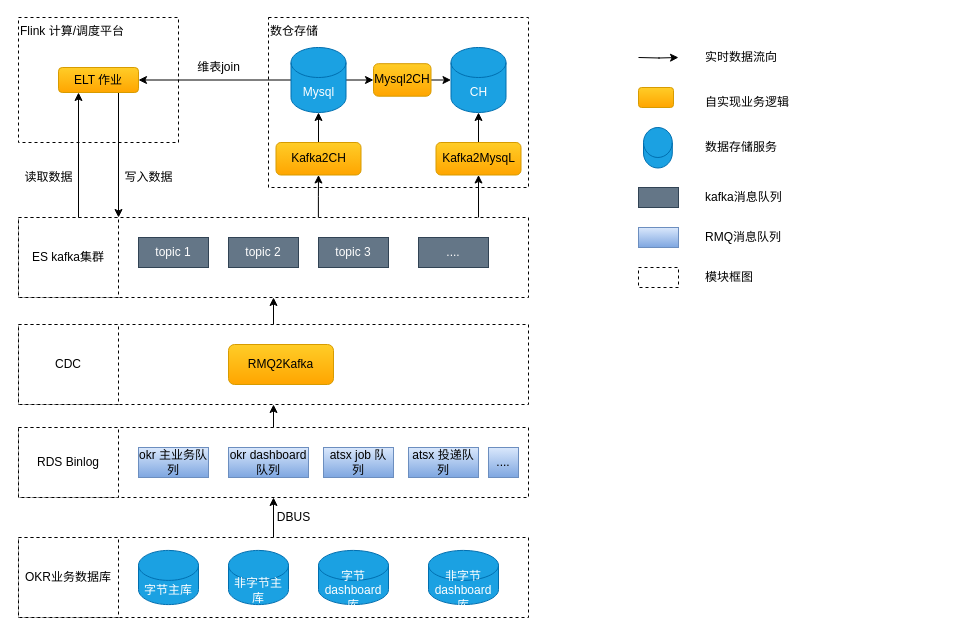
Before: okrx/okrx 数据流.drawio in cicelprg/drawio, a draw.io diagram. Source tidied: cells renumbered, new cells numbered last; positions are measured from the earlier drawing's top-left corner, leaving out a move shared by most shapes. Both pictures are drawn from the tidied source at 100%, with x=0, y=0 at pixel (18, 17).
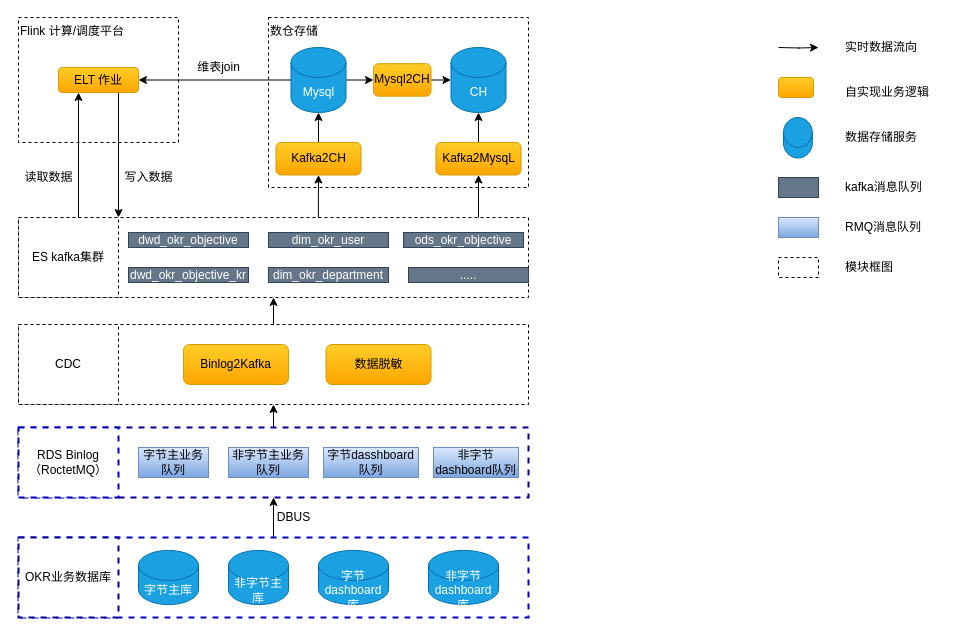
Above is the later version.

What changed in the source:
```diff
@@
-    <mxCell id="3" style="rounded=0;whiteSpace=wrap;html=1;strokeWidth=1;fillColor=none;align=left;dashed=1;" parent="1" vertex="1">
+    <mxCell id="3" style="rounded=0;whiteSpace=wrap;html=1;strokeWidth=2;fillColor=none;align=left;dashed=1;strokeColor=#0000CC;" parent="1" vertex="1">
       <mxGeometry y="520" width="510" height="80" as="geometry" />
     </mxCell>
-    <mxCell id="4" value="OKR业务数据库" style="whiteSpace=wrap;html=1;strokeWidth=1;align=center;dashed=1;" parent="1" vertex="1">
+    <mxCell id="4" value="OKR业务数据库" style="whiteSpace=wrap;html=1;strokeWidth=2;align=center;dashed=1;strokeColor=#000099;" parent="1" vertex="1">
       <mxGeometry y="520" width="100" height="80" as="geometry" />
     </mxCell>
@@
-    <mxCell id="6" style="rounded=0;whiteSpace=wrap;html=1;strokeWidth=1;fillColor=none;align=left;dashed=1;" parent="1" vertex="1">
+    <mxCell id="6" style="rounded=0;whiteSpace=wrap;html=1;strokeWidth=2;fillColor=none;align=left;dashed=1;strokeColor=#000099;" parent="1" vertex="1">
       <mxGeometry y="410" width="510" height="70" as="geometry" />
     </mxCell>
-    <mxCell id="7" value="RDS Binlog" style="whiteSpace=wrap;html=1;strokeWidth=1;align=center;dashed=1;" parent="1" vertex="1">
+    <mxCell id="7" value="RDS Binlog&lt;br&gt;（RoctetMQ）" style="whiteSpace=wrap;html=1;strokeWidth=2;align=center;dashed=1;strokeColor=#0000CC;" parent="1" vertex="1">
       <mxGeometry y="410" width="100" height="70" as="geometry" />
     </mxCell>
@@
-    <mxCell id="9" value="okr 主业务队列" style="rounded=0;whiteSpace=wrap;html=1;strokeWidth=1;fillColor=#dae8fc;align=center;strokeColor=#6c8ebf;gradientColor=#7ea6e0;" parent="1" vertex="1">
+    <mxCell id="9" value="字节主业务队列" style="rounded=0;whiteSpace=wrap;html=1;strokeWidth=1;fillColor=#dae8fc;align=center;strokeColor=#6c8ebf;gradientColor=#7ea6e0;" parent="1" vertex="1">
       <mxGeometry x="120" y="430" width="70" height="30" as="geometry" />
     </mxCell>
-    <mxCell id="10" value="okr dashboard队列" style="rounded=0;whiteSpace=wrap;html=1;strokeWidth=1;fillColor=#dae8fc;align=center;strokeColor=#6c8ebf;gradientColor=#7ea6e0;" parent="1" vertex="1">
+    <mxCell id="10" value="非字节主业务队列" style="rounded=0;whiteSpace=wrap;html=1;strokeWidth=1;fillColor=#dae8fc;align=center;strokeColor=#6c8ebf;gradientColor=#7ea6e0;" parent="1" vertex="1">
       <mxGeometry x="210" y="430" width="80" height="30" as="geometry" />
     </mxCell>
-    <mxCell id="11" value="atsx job 队列" style="rounded=0;whiteSpace=wrap;html=1;strokeWidth=1;fillColor=#dae8fc;align=center;strokeColor=#6c8ebf;gradientColor=#7ea6e0;" parent="1" vertex="1">
-      <mxGeometry x="305" y="430" width="70" height="30" as="geometry" />
+    <mxCell id="11" value="字节dasshboard 队列" style="rounded=0;whiteSpace=wrap;html=1;strokeWidth=1;fillColor=#dae8fc;align=center;strokeColor=#6c8ebf;gradientColor=#7ea6e0;" parent="1" vertex="1">
+      <mxGeometry x="305" y="430" width="95" height="30" as="geometry" />
     </mxCell>
@@
-    <mxCell id="15" value="RMQ2Kafka" style="rounded=1;whiteSpace=wrap;html=1;strokeWidth=1;fillColor=#ffcd28;align=center;strokeColor=#d79b00;gradientColor=#ffa500;" parent="1" vertex="1">
-      <mxGeometry x="210" y="327" width="105" height="40" as="geometry" />
+    <mxCell id="15" value="Binlog2Kafka" style="rounded=1;whiteSpace=wrap;html=1;strokeWidth=1;fillColor=#ffcd28;align=center;strokeColor=#d79b00;gradientColor=#ffa500;" parent="1" vertex="1">
+      <mxGeometry x="165" y="327" width="105" height="40" as="geometry" />
     </mxCell>
-    <mxCell id="16" value="atsx 投递队列" style="rounded=0;whiteSpace=wrap;html=1;strokeWidth=1;fillColor=#dae8fc;align=center;strokeColor=#6c8ebf;gradientColor=#7ea6e0;" parent="1" vertex="1">
-      <mxGeometry x="390" y="430" width="70" height="30" as="geometry" />
+    <mxCell id="16" value="非字节dashboard队列" style="rounded=0;whiteSpace=wrap;html=1;strokeWidth=1;fillColor=#dae8fc;align=center;strokeColor=#6c8ebf;gradientColor=#7ea6e0;" parent="1" vertex="1">
+      <mxGeometry x="415" y="430" width="85" height="30" as="geometry" />
     </mxCell>
-    <mxCell id="17" value="...." style="rounded=0;whiteSpace=wrap;html=1;strokeWidth=1;fillColor=#dae8fc;align=center;strokeColor=#6c8ebf;gradientColor=#7ea6e0;" parent="1" vertex="1">
-      <mxGeometry x="470" y="430" width="30" height="30" as="geometry" />
-    </mxCell>
@@
-    <mxCell id="21" value="topic 1" style="rounded=0;whiteSpace=wrap;html=1;strokeWidth=1;fillColor=#647687;align=center;strokeColor=#314354;fontColor=#ffffff;" parent="1" vertex="1">
-      <mxGeometry x="120" y="220" width="70" height="30" as="geometry" />
+    <mxCell id="21" value="dwd_okr_objective" style="rounded=0;whiteSpace=wrap;html=1;strokeWidth=1;fillColor=#647687;align=center;strokeColor=#314354;fontColor=#ffffff;" parent="1" vertex="1">
+      <mxGeometry x="110" y="215" width="120" height="15" as="geometry" />
     </mxCell>
-    <mxCell id="22" value="topic 2" style="rounded=0;whiteSpace=wrap;html=1;strokeWidth=1;fillColor=#647687;align=center;strokeColor=#314354;fontColor=#ffffff;" parent="1" vertex="1">
-      <mxGeometry x="210" y="220" width="70" height="30" as="geometry" />
-    </mxCell>
@@
-    <mxCell id="24" value="topic 3" style="rounded=0;whiteSpace=wrap;html=1;strokeWidth=1;fillColor=#647687;align=center;strokeColor=#314354;fontColor=#ffffff;" parent="1" vertex="1">
-      <mxGeometry x="300" y="220" width="70" height="30" as="geometry" />
-    </mxCell>
-    <mxCell id="25" value="...." style="rounded=0;whiteSpace=wrap;html=1;strokeWidth=1;fillColor=#647687;align=center;strokeColor=#314354;fontColor=#ffffff;" parent="1" vertex="1">
-      <mxGeometry x="400" y="220" width="70" height="30" as="geometry" />
-    </mxCell>
@@
     <mxCell id="43" style="edgeStyle=orthogonalEdgeStyle;rounded=0;orthogonalLoop=1;jettySize=auto;html=1;entryX=0.6;entryY=0;entryDx=0;entryDy=0;entryPerimeter=0;strokeWidth=1;endArrow=none;endFill=0;startArrow=classic;startFill=1;" parent="1" edge="1">
       <mxGeometry relative="1" as="geometry">
-        <mxPoint x="660" y="40" as="sourcePoint" />
-        <mxPoint x="620" y="40" as="targetPoint" />
+        <mxPoint x="800" y="30" as="sourcePoint" />
+        <mxPoint x="760" y="30" as="targetPoint" />
       </mxGeometry>
     </mxCell>
     <mxCell id="44" value="实时数据流向" style="text;html=1;align=left;verticalAlign=middle;" parent="1" vertex="1">
-      <mxGeometry x="685" y="30" width="90" height="20" as="geometry" />
+      <mxGeometry x="825" y="20" width="90" height="20" as="geometry" />
     </mxCell>
     <mxCell id="45" style="rounded=1;whiteSpace=wrap;html=1;strokeWidth=1;fillColor=#ffcd28;align=center;strokeColor=#d79b00;gradientColor=#ffa500;" parent="1" vertex="1">
-      <mxGeometry x="620" y="70" width="35" height="20" as="geometry" />
+      <mxGeometry x="760" y="60" width="35" height="20" as="geometry" />
     </mxCell>
@@
     <mxCell id="47" value="自实现业务逻辑" style="text;html=1;align=left;verticalAlign=middle;" parent="1" vertex="1">
-      <mxGeometry x="685" y="75" width="100" height="20" as="geometry" />
+      <mxGeometry x="825" y="65" width="100" height="20" as="geometry" />
     </mxCell>
     <mxCell id="48" style="shape=cylinder3;whiteSpace=wrap;html=1;boundedLbl=1;backgroundOutline=1;size=15;strokeWidth=1;fillColor=#1ba1e2;align=center;strokeColor=#006EAF;fontColor=#ffffff;" parent="1" vertex="1">
-      <mxGeometry x="625" y="110" width="28.8" height="40.5" as="geometry" />
+      <mxGeometry x="765" y="100" width="28.8" height="40.5" as="geometry" />
     </mxCell>
     <mxCell id="49" value="数据存储服务" style="text;html=1;align=left;verticalAlign=middle;" parent="1" vertex="1">
-      <mxGeometry x="685" y="120.2" width="90" height="20" as="geometry" />
+      <mxGeometry x="825" y="110.2" width="90" height="20" as="geometry" />
     </mxCell>
     <mxCell id="50" style="rounded=0;whiteSpace=wrap;html=1;strokeWidth=1;fillColor=#647687;align=center;strokeColor=#314354;fontColor=#ffffff;" parent="1" vertex="1">
-      <mxGeometry x="620" y="170" width="40" height="20" as="geometry" />
+      <mxGeometry x="760" y="160" width="40" height="20" as="geometry" />
     </mxCell>
     <mxCell id="51" value="kafka消息队列" style="text;html=1;align=left;verticalAlign=middle;" parent="1" vertex="1">
-      <mxGeometry x="685" y="170" width="90" height="20" as="geometry" />
+      <mxGeometry x="825" y="160" width="90" height="20" as="geometry" />
     </mxCell>
     <mxCell id="52" style="rounded=0;whiteSpace=wrap;html=1;strokeWidth=1;fillColor=#dae8fc;align=center;strokeColor=#6c8ebf;gradientColor=#7ea6e0;" parent="1" vertex="1">
-      <mxGeometry x="620" y="210" width="40" height="20" as="geometry" />
+      <mxGeometry x="760" y="200" width="40" height="20" as="geometry" />
     </mxCell>
     <mxCell id="53" value="RMQ消息队列" style="text;html=1;align=left;verticalAlign=middle;" parent="1" vertex="1">
-      <mxGeometry x="685" y="210" width="90" height="20" as="geometry" />
+      <mxGeometry x="825" y="200" width="90" height="20" as="geometry" />
     </mxCell>
     <mxCell id="54" style="rounded=0;whiteSpace=wrap;html=1;strokeWidth=1;fillColor=none;align=left;dashed=1;" parent="1" vertex="1">
-      <mxGeometry x="620" y="250" width="40" height="20" as="geometry" />
+      <mxGeometry x="760" y="240" width="40" height="20" as="geometry" />
     </mxCell>
     <mxCell id="55" value="模块框图" style="text;html=1;align=left;verticalAlign=middle;" parent="1" vertex="1">
-      <mxGeometry x="685" y="250" width="60" height="20" as="geometry" />
+      <mxGeometry x="825" y="240" width="60" height="20" as="geometry" />
     </mxCell>
@@
+    <mxCell id="60" value="数据脱敏" style="rounded=1;whiteSpace=wrap;html=1;strokeWidth=1;fillColor=#ffcd28;align=center;strokeColor=#d79b00;gradientColor=#ffa500;" parent="1" vertex="1">
+      <mxGeometry x="307.5" y="327" width="105" height="40" as="geometry" />
+    </mxCell>
+    <mxCell id="61" value="dwd_okr_objective_kr" style="rounded=0;whiteSpace=wrap;html=1;strokeWidth=1;fillColor=#647687;align=center;strokeColor=#314354;fontColor=#ffffff;" parent="1" vertex="1">
+      <mxGeometry x="110" y="250" width="120" height="15" as="geometry" />
+    </mxCell>
+    <mxCell id="62" value="dim_okr_user" style="rounded=0;whiteSpace=wrap;html=1;strokeWidth=1;fillColor=#647687;align=center;strokeColor=#314354;fontColor=#ffffff;" parent="1" vertex="1">
+      <mxGeometry x="250" y="215" width="120" height="15" as="geometry" />
+    </mxCell>
+    <mxCell id="63" value="dim_okr_department" style="rounded=0;whiteSpace=wrap;html=1;strokeWidth=1;fillColor=#647687;align=center;strokeColor=#314354;fontColor=#ffffff;" parent="1" vertex="1">
+      <mxGeometry x="250" y="250" width="120" height="15" as="geometry" />
+    </mxCell>
+    <mxCell id="64" value="ods_okr_objective" style="rounded=0;whiteSpace=wrap;html=1;strokeWidth=1;fillColor=#647687;align=center;strokeColor=#314354;fontColor=#ffffff;" parent="1" vertex="1">
+      <mxGeometry x="385" y="215" width="120" height="15" as="geometry" />
+    </mxCell>
+    <mxCell id="65" value="....." style="rounded=0;whiteSpace=wrap;html=1;strokeWidth=1;fillColor=#647687;align=center;strokeColor=#314354;fontColor=#ffffff;" parent="1" vertex="1">
+      <mxGeometry x="390" y="250" width="120" height="15" as="geometry" />
+    </mxCell>
```
